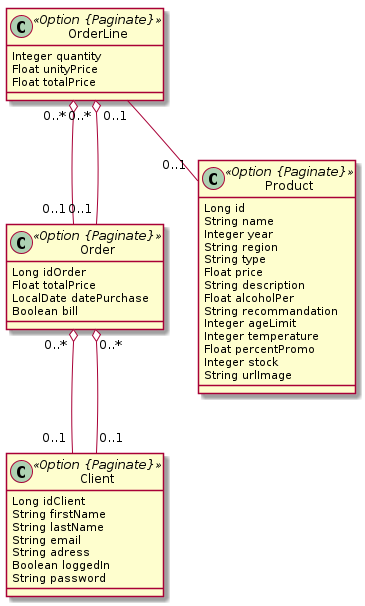
Above: model.png in Jah003/LaPiquette (PlantUML), before the change.
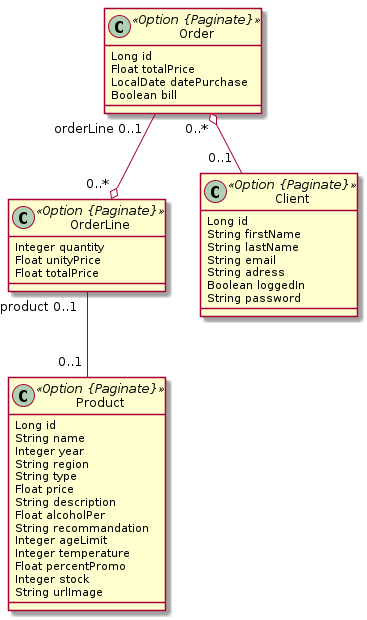
Later version of the same file.

The edit, as a diff of the source:
```diff
@@ -17,7 +17,7 @@
 		String urlImage
 	}
 	class Order <<Option {Paginate}>> {
-		Long idOrder
+		Long id
 		Float totalPrice
 		LocalDate datePurchase
 		Boolean bill
@@ -28,7 +28,7 @@
 		Float totalPrice
 	}
 	class Client <<Option {Paginate}>> {
-		Long idClient
+		Long id
 		String firstName
 		String lastName
 		String email
@@ -36,9 +36,7 @@
 		Boolean loggedIn
 		String password
 	}
-	OrderLine  "0..1 " -- "0..1 "  Product
-	OrderLine  "0..* " o-- "0..1 "  Order
+	OrderLine  "product 0..1 " -- "0..1 "  Product
 	Order  "0..* " o-- "0..1 "  Client
-	Order  "0..1 " --o "0..* "  OrderLine
-	Client  "0..1 " --o "0..* "  Order
+	Order  "orderLine 0..1 " --o "0..* "  OrderLine
 @enduml
```
